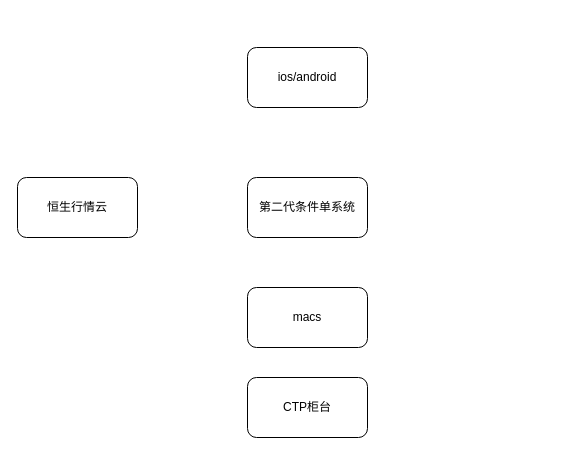
This is 业务架构.drawio from mltneal/cxzf-linkin, a draw.io file, before an edit. Source tidied: cells renumbered, new cells numbered last; positions are measured from the earlier drawing's top-left corner, leaving out a move shared by most shapes. Both pictures are drawn from the tidied source at 100%, with x=0, y=0 at pixel (17, 47).
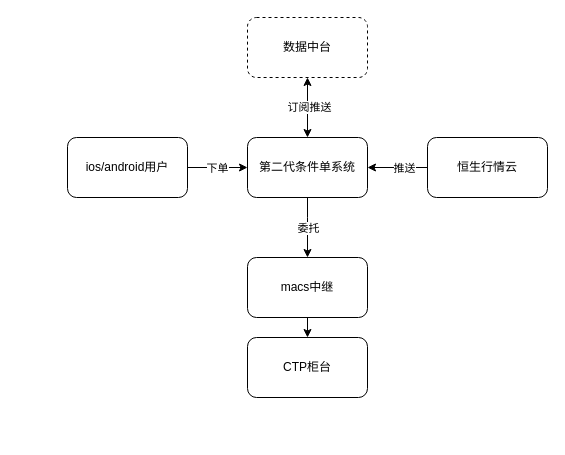
The same page after the edit.

Commit message (it also covers changes not shown here):
更新业务架构.drawio

What changed in the source:
```diff
@@
 <mxGraphModel>
   <root>
     <mxCell id="0" />
     <mxCell id="1" parent="0" />
+    <mxCell id="7" style="edgeStyle=orthogonalEdgeStyle;rounded=0;jettySize=auto;html=1;exitX=0.5;exitY=1;exitDx=0;exitDy=0;entryX=0.5;entryY=0;entryDx=0;entryDy=0;" parent="1" edge="1" source="2" target="5">
+      <mxGeometry relative="1" as="geometry">
+        <Array as="points">
+          <mxPoint x="290" y="170" />
+          <mxPoint x="290" y="170" />
+        </Array>
+      </mxGeometry>
+    </mxCell>
+    <mxCell id="8" value="委托" style="edgeLabel;html=1;align=center;verticalAlign=middle;" parent="7" vertex="1">
+      <mxGeometry x="-0.01" relative="1" as="geometry" />
+    </mxCell>
+    <mxCell id="9" style="edgeStyle=orthogonalEdgeStyle;rounded=0;jettySize=auto;html=1;exitX=0.5;exitY=0;exitDx=0;exitDy=0;entryX=0.5;entryY=1;entryDx=0;entryDy=0;horizontal=0;endArrow=classic;endFill=1;startArrow=classic;startFill=1;" parent="1" edge="1" source="2" target="16">
+      <mxGeometry relative="1" as="geometry" />
+    </mxCell>
+    <mxCell id="10" value="订阅推送" style="edgeLabel;html=1;align=center;verticalAlign=middle;" parent="9" vertex="1">
+      <mxGeometry x="0.04" y="-1" relative="1" as="geometry" />
+    </mxCell>
     <mxCell id="2" value="第二代条件单系统" style="rounded=1;whiteSpace=wrap;html=1;" parent="1" vertex="1">
-      <mxGeometry x="230" y="130" width="120" height="60" as="geometry" />
+      <mxGeometry x="230" y="90" width="120" height="60" as="geometry" />
     </mxCell>
+    <mxCell id="11" style="edgeStyle=orthogonalEdgeStyle;rounded=0;jettySize=auto;html=1;" parent="1" edge="1" source="3" target="2">
+      <mxGeometry relative="1" as="geometry" />
+    </mxCell>
+    <mxCell id="12" value="下单" style="edgeLabel;html=1;align=center;verticalAlign=middle;" parent="11" vertex="1">
+      <mxGeometry x="0.21" relative="1" as="geometry">
+        <mxPoint x="-7" as="offset" />
+      </mxGeometry>
+    </mxCell>
-    <mxCell id="3" value="ios/android" style="rounded=1;whiteSpace=wrap;html=1;" parent="1" vertex="1">
-      <mxGeometry x="230" width="120" height="60" as="geometry" />
+    <mxCell id="3" value="ios/android用户" style="rounded=1;whiteSpace=wrap;html=1;" parent="1" vertex="1">
+      <mxGeometry x="50" y="90" width="120" height="60" as="geometry" />
     </mxCell>
+    <mxCell id="13" style="edgeStyle=orthogonalEdgeStyle;rounded=0;jettySize=auto;html=1;exitX=0;exitY=0.5;exitDx=0;exitDy=0;entryX=1;entryY=0.5;entryDx=0;entryDy=0;" parent="1" edge="1" source="4" target="2">
+      <mxGeometry relative="1" as="geometry" />
+    </mxCell>
+    <mxCell id="14" value="推送" style="edgeLabel;html=1;align=center;verticalAlign=middle;" parent="13" vertex="1">
+      <mxGeometry x="-0.21" y="1" relative="1" as="geometry">
+        <mxPoint y="-1" as="offset" />
+      </mxGeometry>
+    </mxCell>
     <mxCell id="4" value="恒生行情云" style="rounded=1;whiteSpace=wrap;html=1;" parent="1" vertex="1">
-      <mxGeometry y="130" width="120" height="60" as="geometry" />
+      <mxGeometry x="410" y="90" width="120" height="60" as="geometry" />
     </mxCell>
+    <mxCell id="15" style="edgeStyle=orthogonalEdgeStyle;rounded=0;jettySize=auto;html=1;exitX=0.5;exitY=1;exitDx=0;exitDy=0;entryX=0.5;entryY=0;entryDx=0;entryDy=0;" parent="1" edge="1" source="5" target="6">
+      <mxGeometry relative="1" as="geometry" />
+    </mxCell>
-    <mxCell id="5" value="macs" style="rounded=1;whiteSpace=wrap;html=1;" parent="1" vertex="1">
-      <mxGeometry x="230" y="240" width="120" height="60" as="geometry" />
+    <mxCell id="5" value="macs中继" style="rounded=1;whiteSpace=wrap;html=1;" parent="1" vertex="1">
+      <mxGeometry x="230" y="210" width="120" height="60" as="geometry" />
     </mxCell>
     <mxCell id="6" value="CTP柜台" style="rounded=1;whiteSpace=wrap;html=1;" parent="1" vertex="1">
-      <mxGeometry x="230" y="330" width="120" height="60" as="geometry" />
+      <mxGeometry x="230" y="290" width="120" height="60" as="geometry" />
     </mxCell>
+    <mxCell id="16" value="数据中台" style="rounded=1;whiteSpace=wrap;html=1;dashed=1;" parent="1" vertex="1">
+      <mxGeometry x="230" y="-30" width="120" height="60" as="geometry" />
+    </mxCell>
   </root>
 </mxGraphModel>
```
